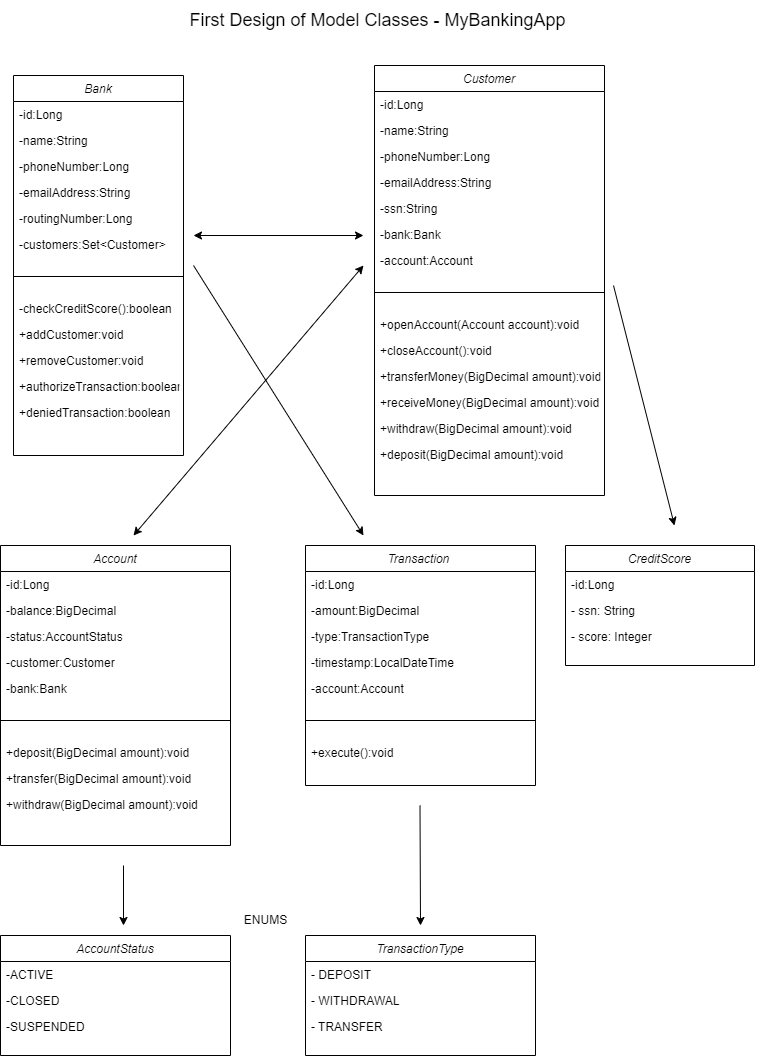
Before: src/main/resources/design/MyBankingApp.png, a diagram exported from draw.io (Lorenchess/MyBankingApp). Source tidied: cells renumbered, new cells last; positions are measured from the earlier drawing's top-left corner, leaving out a move shared by most shapes. The source it was exported from:
```xml
<mxGraphModel>
  <root>
    <mxCell id="0" />
    <mxCell id="1" parent="0" />
    <mxCell id="2" value="Bank" style="swimlane;fontStyle=2;align=center;verticalAlign=top;horizontal=1;startSize=26;rounded=0;shadow=0;strokeWidth=1;" parent="1" vertex="1">
      <mxGeometry x="13" y="75" width="170" height="380" as="geometry" />
    </mxCell>
    <mxCell id="3" value="-id:Long" style="text;align=left;verticalAlign=top;spacingLeft=4;spacingRight=4;overflow=hidden;" parent="2" vertex="1">
      <mxGeometry y="26" width="170" height="26" as="geometry" />
    </mxCell>
    <mxCell id="4" value="-name:String" style="text;align=left;verticalAlign=top;spacingLeft=4;spacingRight=4;overflow=hidden;rounded=0;shadow=0;html=0;" parent="2" vertex="1">
      <mxGeometry y="52" width="170" height="26" as="geometry" />
    </mxCell>
    <mxCell id="5" value="-phoneNumber:Long" style="text;align=left;verticalAlign=top;spacingLeft=4;spacingRight=4;overflow=hidden;rounded=0;shadow=0;html=0;" parent="2" vertex="1">
      <mxGeometry y="78" width="170" height="26" as="geometry" />
    </mxCell>
    <mxCell id="6" value="-emailAddress:String" style="text;align=left;verticalAlign=top;spacingLeft=4;spacingRight=4;overflow=hidden;rounded=0;shadow=0;html=0;" parent="2" vertex="1">
      <mxGeometry y="104" width="170" height="26" as="geometry" />
    </mxCell>
    <mxCell id="7" value="-routingNumber:Long" style="text;align=left;verticalAlign=top;spacingLeft=4;spacingRight=4;overflow=hidden;rounded=0;shadow=0;html=0;" parent="2" vertex="1">
      <mxGeometry y="130" width="170" height="26" as="geometry" />
    </mxCell>
    <mxCell id="8" value="-customers:Set&lt;Customer&gt;" style="text;align=left;verticalAlign=top;spacingLeft=4;spacingRight=4;overflow=hidden;rounded=0;shadow=0;html=0;" parent="2" vertex="1">
      <mxGeometry y="156" width="170" height="26" as="geometry" />
    </mxCell>
    <mxCell id="9" style="line;html=1;strokeWidth=1;align=left;verticalAlign=middle;spacingTop=-1;spacingLeft=3;spacingRight=3;labelPosition=right;" parent="2" vertex="1">
      <mxGeometry y="182" width="170" height="38" as="geometry" />
    </mxCell>
    <mxCell id="10" value="-checkCreditScore():boolean" style="text;align=left;verticalAlign=top;spacingLeft=4;spacingRight=4;overflow=hidden;rounded=0;shadow=0;html=0;" parent="2" vertex="1">
      <mxGeometry y="220" width="170" height="26" as="geometry" />
    </mxCell>
    <mxCell id="11" value="+addCustomer:void" style="text;align=left;verticalAlign=top;spacingLeft=4;spacingRight=4;overflow=hidden;rounded=0;shadow=0;html=0;" parent="2" vertex="1">
      <mxGeometry y="246" width="170" height="26" as="geometry" />
    </mxCell>
    <mxCell id="12" value="+removeCustomer:void" style="text;align=left;verticalAlign=top;spacingLeft=4;spacingRight=4;overflow=hidden;rounded=0;shadow=0;html=0;" parent="2" vertex="1">
      <mxGeometry y="272" width="170" height="26" as="geometry" />
    </mxCell>
    <mxCell id="13" value="+authorizeTransaction:boolean" style="text;align=left;verticalAlign=top;spacingLeft=4;spacingRight=4;overflow=hidden;rounded=0;shadow=0;html=0;" parent="2" vertex="1">
      <mxGeometry y="298" width="170" height="26" as="geometry" />
    </mxCell>
    <mxCell id="14" value="+deniedTransaction:boolean" style="text;align=left;verticalAlign=top;spacingLeft=4;spacingRight=4;overflow=hidden;rounded=0;shadow=0;html=0;" parent="2" vertex="1">
      <mxGeometry y="324" width="170" height="26" as="geometry" />
    </mxCell>
    <mxCell id="15" value="Customer" style="swimlane;fontStyle=2;align=center;verticalAlign=top;horizontal=1;startSize=26;rounded=0;shadow=0;strokeWidth=1;" parent="1" vertex="1">
      <mxGeometry x="374" y="65" width="230" height="430" as="geometry" />
    </mxCell>
    <mxCell id="16" value="-id:Long" style="text;align=left;verticalAlign=top;spacingLeft=4;spacingRight=4;overflow=hidden;" parent="15" vertex="1">
      <mxGeometry y="26" width="230" height="26" as="geometry" />
    </mxCell>
    <mxCell id="17" value="-name:String" style="text;align=left;verticalAlign=top;spacingLeft=4;spacingRight=4;overflow=hidden;rounded=0;shadow=0;html=0;" parent="15" vertex="1">
      <mxGeometry y="52" width="230" height="26" as="geometry" />
    </mxCell>
    <mxCell id="18" value="-phoneNumber:Long" style="text;align=left;verticalAlign=top;spacingLeft=4;spacingRight=4;overflow=hidden;rounded=0;shadow=0;html=0;" parent="15" vertex="1">
      <mxGeometry y="78" width="230" height="26" as="geometry" />
    </mxCell>
    <mxCell id="19" value="-emailAddress:String" style="text;align=left;verticalAlign=top;spacingLeft=4;spacingRight=4;overflow=hidden;rounded=0;shadow=0;html=0;" parent="15" vertex="1">
      <mxGeometry y="104" width="230" height="26" as="geometry" />
    </mxCell>
    <mxCell id="20" value="-ssn:String" style="text;align=left;verticalAlign=top;spacingLeft=4;spacingRight=4;overflow=hidden;rounded=0;shadow=0;html=0;" parent="15" vertex="1">
      <mxGeometry y="130" width="230" height="26" as="geometry" />
    </mxCell>
    <mxCell id="21" value="-bank:Bank" style="text;align=left;verticalAlign=top;spacingLeft=4;spacingRight=4;overflow=hidden;rounded=0;shadow=0;html=0;" parent="15" vertex="1">
      <mxGeometry y="156" width="230" height="26" as="geometry" />
    </mxCell>
    <mxCell id="22" value="-account:Account" style="text;align=left;verticalAlign=top;spacingLeft=4;spacingRight=4;overflow=hidden;rounded=0;shadow=0;html=0;" parent="15" vertex="1">
      <mxGeometry y="182" width="230" height="26" as="geometry" />
    </mxCell>
    <mxCell id="23" style="line;html=1;strokeWidth=1;align=left;verticalAlign=middle;spacingTop=-1;spacingLeft=3;spacingRight=3;labelPosition=right;" parent="15" vertex="1">
      <mxGeometry y="208" width="230" height="38" as="geometry" />
    </mxCell>
    <mxCell id="24" value="+openAccount(Account account):void" style="text;align=left;verticalAlign=top;spacingLeft=4;spacingRight=4;overflow=hidden;rounded=0;shadow=0;html=0;" parent="15" vertex="1">
      <mxGeometry y="246" width="230" height="26" as="geometry" />
    </mxCell>
    <mxCell id="25" value="+closeAccount():void" style="text;align=left;verticalAlign=top;spacingLeft=4;spacingRight=4;overflow=hidden;rounded=0;shadow=0;html=0;" parent="15" vertex="1">
      <mxGeometry y="272" width="230" height="26" as="geometry" />
    </mxCell>
    <mxCell id="26" value="+transferMoney(BigDecimal amount):void" style="text;align=left;verticalAlign=top;spacingLeft=4;spacingRight=4;overflow=hidden;rounded=0;shadow=0;html=0;" parent="15" vertex="1">
      <mxGeometry y="298" width="230" height="26" as="geometry" />
    </mxCell>
    <mxCell id="27" value="+receiveMoney(BigDecimal amount):void" style="text;align=left;verticalAlign=top;spacingLeft=4;spacingRight=4;overflow=hidden;rounded=0;shadow=0;html=0;" parent="15" vertex="1">
      <mxGeometry y="324" width="230" height="26" as="geometry" />
    </mxCell>
    <mxCell id="28" value="+withdraw(BigDecimal amount):void" style="text;align=left;verticalAlign=top;spacingLeft=4;spacingRight=4;overflow=hidden;rounded=0;shadow=0;html=0;" parent="15" vertex="1">
      <mxGeometry y="350" width="230" height="26" as="geometry" />
    </mxCell>
    <mxCell id="29" value="+deposit(BigDecimal amount):void" style="text;align=left;verticalAlign=top;spacingLeft=4;spacingRight=4;overflow=hidden;rounded=0;shadow=0;html=0;" parent="15" vertex="1">
      <mxGeometry y="376" width="230" height="26" as="geometry" />
    </mxCell>
    <mxCell id="30" value="Account" style="swimlane;fontStyle=2;align=center;verticalAlign=top;horizontal=1;startSize=26;rounded=0;shadow=0;strokeWidth=1;" parent="1" vertex="1">
      <mxGeometry y="545" width="230" height="300" as="geometry" />
    </mxCell>
    <mxCell id="31" value="-id:Long" style="text;align=left;verticalAlign=top;spacingLeft=4;spacingRight=4;overflow=hidden;" parent="30" vertex="1">
      <mxGeometry y="26" width="230" height="26" as="geometry" />
    </mxCell>
    <mxCell id="32" value="-balance:BigDecimal" style="text;align=left;verticalAlign=top;spacingLeft=4;spacingRight=4;overflow=hidden;rounded=0;shadow=0;html=0;" parent="30" vertex="1">
      <mxGeometry y="52" width="230" height="26" as="geometry" />
    </mxCell>
    <mxCell id="33" value="-status:AccountStatus" style="text;align=left;verticalAlign=top;spacingLeft=4;spacingRight=4;overflow=hidden;rounded=0;shadow=0;html=0;" parent="30" vertex="1">
      <mxGeometry y="78" width="230" height="26" as="geometry" />
    </mxCell>
    <mxCell id="34" value="-customer:Customer" style="text;align=left;verticalAlign=top;spacingLeft=4;spacingRight=4;overflow=hidden;rounded=0;shadow=0;html=0;" parent="30" vertex="1">
      <mxGeometry y="104" width="230" height="26" as="geometry" />
    </mxCell>
    <mxCell id="35" value="-bank:Bank" style="text;align=left;verticalAlign=top;spacingLeft=4;spacingRight=4;overflow=hidden;rounded=0;shadow=0;html=0;" parent="30" vertex="1">
      <mxGeometry y="130" width="230" height="26" as="geometry" />
    </mxCell>
    <mxCell id="36" style="line;html=1;strokeWidth=1;align=left;verticalAlign=middle;spacingTop=-1;spacingLeft=3;spacingRight=3;labelPosition=right;" parent="30" vertex="1">
      <mxGeometry y="156" width="230" height="38" as="geometry" />
    </mxCell>
    <mxCell id="37" value="+deposit(BigDecimal amount):void" style="text;align=left;verticalAlign=top;spacingLeft=4;spacingRight=4;overflow=hidden;rounded=0;shadow=0;html=0;" parent="30" vertex="1">
      <mxGeometry y="194" width="230" height="26" as="geometry" />
    </mxCell>
    <mxCell id="38" value="+transfer(BigDecimal amount):void" style="text;align=left;verticalAlign=top;spacingLeft=4;spacingRight=4;overflow=hidden;rounded=0;shadow=0;html=0;" parent="30" vertex="1">
      <mxGeometry y="220" width="230" height="26" as="geometry" />
    </mxCell>
    <mxCell id="39" value="+withdraw(BigDecimal amount):void" style="text;align=left;verticalAlign=top;spacingLeft=4;spacingRight=4;overflow=hidden;rounded=0;shadow=0;html=0;" parent="30" vertex="1">
      <mxGeometry y="246" width="230" height="26" as="geometry" />
    </mxCell>
    <mxCell id="40" value="Transaction " style="swimlane;fontStyle=2;align=center;verticalAlign=top;horizontal=1;startSize=26;rounded=0;shadow=0;strokeWidth=1;" parent="1" vertex="1">
      <mxGeometry x="305" y="545" width="230" height="240" as="geometry" />
    </mxCell>
    <mxCell id="41" value="-id:Long" style="text;align=left;verticalAlign=top;spacingLeft=4;spacingRight=4;overflow=hidden;" parent="40" vertex="1">
      <mxGeometry y="26" width="230" height="26" as="geometry" />
    </mxCell>
    <mxCell id="42" value="-amount:BigDecimal" style="text;align=left;verticalAlign=top;spacingLeft=4;spacingRight=4;overflow=hidden;rounded=0;shadow=0;html=0;" parent="40" vertex="1">
      <mxGeometry y="52" width="230" height="26" as="geometry" />
    </mxCell>
    <mxCell id="43" value="-type:TransactionType" style="text;align=left;verticalAlign=top;spacingLeft=4;spacingRight=4;overflow=hidden;rounded=0;shadow=0;html=0;" parent="40" vertex="1">
      <mxGeometry y="78" width="230" height="26" as="geometry" />
    </mxCell>
    <mxCell id="44" value="-timestamp:LocalDateTime" style="text;align=left;verticalAlign=top;spacingLeft=4;spacingRight=4;overflow=hidden;rounded=0;shadow=0;html=0;" parent="40" vertex="1">
      <mxGeometry y="104" width="230" height="26" as="geometry" />
    </mxCell>
    <mxCell id="45" value="-account:Account" style="text;align=left;verticalAlign=top;spacingLeft=4;spacingRight=4;overflow=hidden;rounded=0;shadow=0;html=0;" parent="40" vertex="1">
      <mxGeometry y="130" width="230" height="26" as="geometry" />
    </mxCell>
    <mxCell id="46" style="line;html=1;strokeWidth=1;align=left;verticalAlign=middle;spacingTop=-1;spacingLeft=3;spacingRight=3;labelPosition=right;" parent="40" vertex="1">
      <mxGeometry y="156" width="230" height="38" as="geometry" />
    </mxCell>
    <mxCell id="47" value="+execute():void" style="text;align=left;verticalAlign=top;spacingLeft=4;spacingRight=4;overflow=hidden;rounded=0;shadow=0;html=0;" parent="40" vertex="1">
      <mxGeometry y="194" width="230" height="26" as="geometry" />
    </mxCell>
    <mxCell id="48" value="CreditScore" style="swimlane;fontStyle=2;align=center;verticalAlign=top;horizontal=1;startSize=26;rounded=0;shadow=0;strokeWidth=1;" parent="1" vertex="1">
      <mxGeometry x="565" y="545" width="189" height="120" as="geometry" />
    </mxCell>
    <mxCell id="49" value="-id:Long" style="text;align=left;verticalAlign=top;spacingLeft=4;spacingRight=4;overflow=hidden;" parent="48" vertex="1">
      <mxGeometry y="26" width="189" height="26" as="geometry" />
    </mxCell>
    <mxCell id="50" value="- ssn: String" style="text;align=left;verticalAlign=top;spacingLeft=4;spacingRight=4;overflow=hidden;points=[[0,0.5],[1,0.5]];portConstraint=eastwest;rounded=0;shadow=0;html=0;" parent="48" vertex="1">
      <mxGeometry y="52" width="189" height="26" as="geometry" />
    </mxCell>
    <mxCell id="51" value="- score: Integer" style="text;align=left;verticalAlign=top;spacingLeft=4;spacingRight=4;overflow=hidden;rounded=0;shadow=0;html=0;" parent="48" vertex="1">
      <mxGeometry y="78" width="189" height="26" as="geometry" />
    </mxCell>
    <mxCell id="52" style="edgeStyle=orthogonalEdgeStyle;rounded=0;orthogonalLoop=1;jettySize=auto;html=1;exitX=1;exitY=0.5;exitDx=0;exitDy=0;" parent="48" edge="1" source="50" target="50">
      <mxGeometry relative="1" as="geometry" />
    </mxCell>
    <mxCell id="53" value="AccountStatus" style="swimlane;fontStyle=2;align=center;verticalAlign=top;horizontal=1;startSize=26;rounded=0;shadow=0;strokeWidth=1;" parent="1" vertex="1">
      <mxGeometry y="935" width="230" height="120" as="geometry" />
    </mxCell>
    <mxCell id="54" value="-ACTIVE" style="text;align=left;verticalAlign=top;spacingLeft=4;spacingRight=4;overflow=hidden;" parent="53" vertex="1">
      <mxGeometry y="26" width="230" height="26" as="geometry" />
    </mxCell>
    <mxCell id="55" value="-CLOSED" style="text;align=left;verticalAlign=top;spacingLeft=4;spacingRight=4;overflow=hidden;rounded=0;shadow=0;html=0;" parent="53" vertex="1">
      <mxGeometry y="52" width="230" height="26" as="geometry" />
    </mxCell>
    <mxCell id="56" value="-SUSPENDED" style="text;align=left;verticalAlign=top;spacingLeft=4;spacingRight=4;overflow=hidden;rounded=0;shadow=0;html=0;" parent="53" vertex="1">
      <mxGeometry y="78" width="230" height="26" as="geometry" />
    </mxCell>
    <mxCell id="57" value="TransactionType" style="swimlane;fontStyle=2;align=center;verticalAlign=top;horizontal=1;startSize=26;rounded=0;shadow=0;strokeWidth=1;" parent="1" vertex="1">
      <mxGeometry x="305" y="935" width="230" height="120" as="geometry" />
    </mxCell>
    <mxCell id="58" value="- DEPOSIT" style="text;align=left;verticalAlign=top;spacingLeft=4;spacingRight=4;overflow=hidden;" parent="57" vertex="1">
      <mxGeometry y="26" width="230" height="26" as="geometry" />
    </mxCell>
    <mxCell id="59" value="- WITHDRAWAL" style="text;align=left;verticalAlign=top;spacingLeft=4;spacingRight=4;overflow=hidden;rounded=0;shadow=0;html=0;" parent="57" vertex="1">
      <mxGeometry y="52" width="230" height="26" as="geometry" />
    </mxCell>
    <mxCell id="60" value="- TRANSFER" style="text;align=left;verticalAlign=top;spacingLeft=4;spacingRight=4;overflow=hidden;rounded=0;shadow=0;html=0;" parent="57" vertex="1">
      <mxGeometry y="78" width="230" height="26" as="geometry" />
    </mxCell>
    <mxCell id="61" value="ENUMS" style="text;html=1;align=center;verticalAlign=middle;strokeColor=none;fillColor=none;" parent="1" vertex="1">
      <mxGeometry x="230" y="905" width="70" height="30" as="geometry" />
    </mxCell>
    <mxCell id="62" value="&lt;font style=&quot;font-size: 18px;&quot;&gt;First Design of Model Classes - MyBankingApp&lt;/font&gt;" style="text;html=1;align=center;verticalAlign=middle;strokeColor=none;fillColor=none;" parent="1" vertex="1">
      <mxGeometry x="177" width="400" height="40" as="geometry" />
    </mxCell>
    <mxCell id="63" style="endArrow=classic;startArrow=classic;html=1;rounded=0;" parent="1" edge="1">
      <mxGeometry relative="1" as="geometry">
        <mxPoint x="193" y="235" as="sourcePoint" />
        <mxPoint x="363" y="235" as="targetPoint" />
      </mxGeometry>
    </mxCell>
    <mxCell id="64" style="endArrow=classic;startArrow=classic;html=1;rounded=0;" parent="1" edge="1">
      <mxGeometry relative="1" as="geometry">
        <mxPoint x="133" y="535" as="sourcePoint" />
        <mxPoint x="363" y="265" as="targetPoint" />
      </mxGeometry>
    </mxCell>
    <mxCell id="65" style="endArrow=classic;html=1;rounded=0;" parent="1" edge="1">
      <mxGeometry relative="1" as="geometry">
        <mxPoint x="123" y="865" as="sourcePoint" />
        <mxPoint x="123" y="925" as="targetPoint" />
      </mxGeometry>
    </mxCell>
    <mxCell id="66" style="endArrow=classic;html=1;rounded=0;" parent="1" edge="1">
      <mxGeometry relative="1" as="geometry">
        <mxPoint x="419.5" y="805" as="sourcePoint" />
        <mxPoint x="420" y="925" as="targetPoint" />
      </mxGeometry>
    </mxCell>
    <mxCell id="67" style="endArrow=classic;html=1;rounded=0;" parent="1" edge="1">
      <mxGeometry relative="1" as="geometry">
        <mxPoint x="193" y="265" as="sourcePoint" />
        <mxPoint x="363" y="535" as="targetPoint" />
      </mxGeometry>
    </mxCell>
    <mxCell id="68" style="endArrow=classic;html=1;rounded=0;" parent="1" edge="1">
      <mxGeometry relative="1" as="geometry">
        <mxPoint x="613" y="285" as="sourcePoint" />
        <mxPoint x="674" y="525" as="targetPoint" />
      </mxGeometry>
    </mxCell>
  </root>
</mxGraphModel>
```
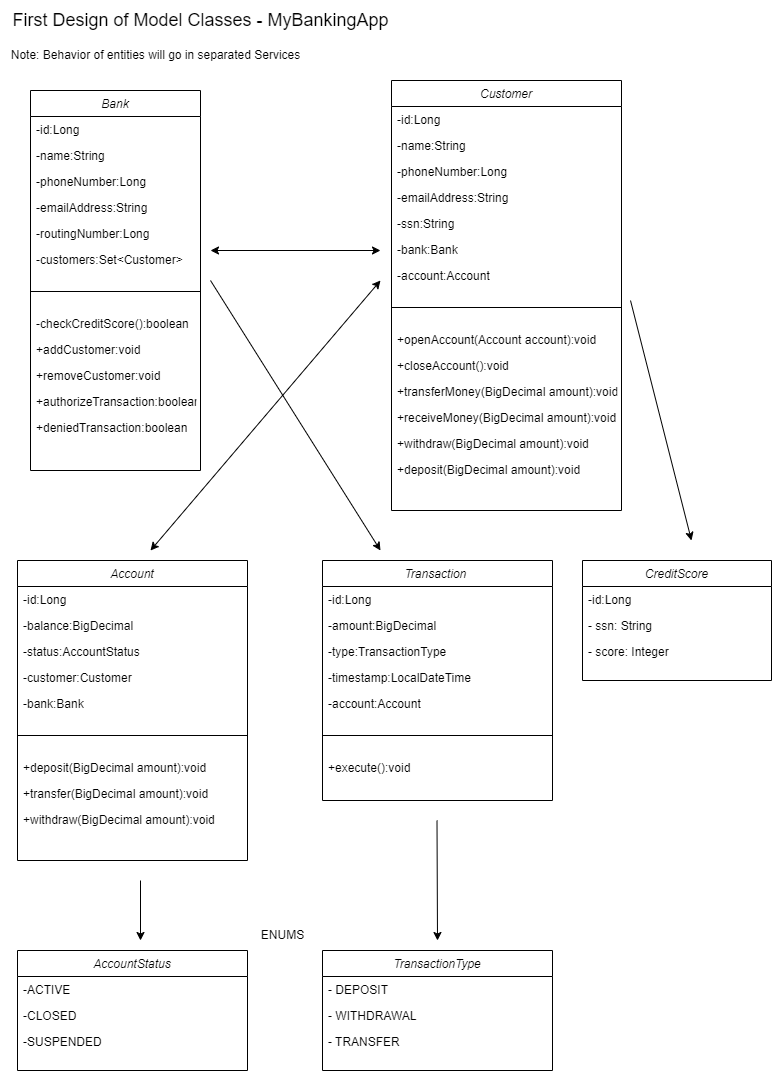
The same file after the commit.

Diff of the diagram source:
```diff
@@ -183,7 +183,7 @@
       <mxGeometry x="230" y="905" width="70" height="30" as="geometry" />
     </mxCell>
     <mxCell id="62" value="&lt;font style=&quot;font-size: 18px;&quot;&gt;First Design of Model Classes - MyBankingApp&lt;/font&gt;" style="text;html=1;align=center;verticalAlign=middle;strokeColor=none;fillColor=none;" parent="1" vertex="1">
-      <mxGeometry x="177" width="400" height="40" as="geometry" />
+      <mxGeometry x="-17" y="-15" width="400" height="40" as="geometry" />
     </mxCell>
     <mxCell id="63" style="endArrow=classic;startArrow=classic;html=1;rounded=0;" parent="1" edge="1">
       <mxGeometry relative="1" as="geometry">
@@ -221,5 +221,8 @@
         <mxPoint x="674" y="525" as="targetPoint" />
       </mxGeometry>
     </mxCell>
+    <mxCell id="69" value="Note: Behavior of entities will go in separated Services" style="text;html=1;align=center;verticalAlign=middle;strokeColor=none;fillColor=none;" parent="1" vertex="1">
+      <mxGeometry x="-17" y="25" width="310" height="30" as="geometry" />
+    </mxCell>
   </root>
 </mxGraphModel>
```
